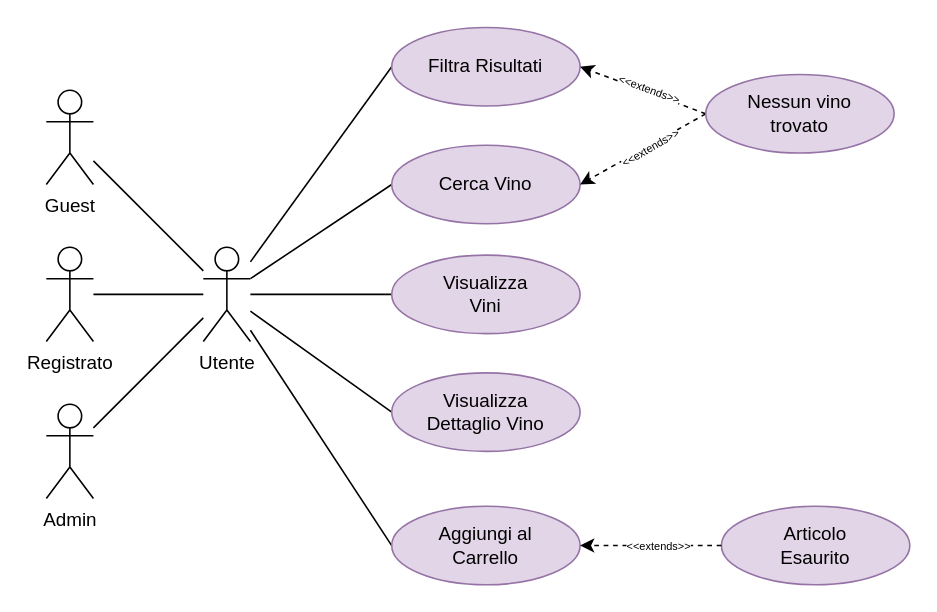
This is page "Catalogo" (2 of 6) of Docs/Requirements Analysis/Diagrams/Use Cases/Winer.drawio from Gprisco/winer-unisa, a draw.io file, before an edit. Source tidied: cells renumbered, new cells numbered last; positions are measured from the earlier drawing's top-left corner, leaving out a move shared by most shapes. Both pictures are drawn from the tidied source at 157%, with x=0, y=0 at pixel (46, 27).
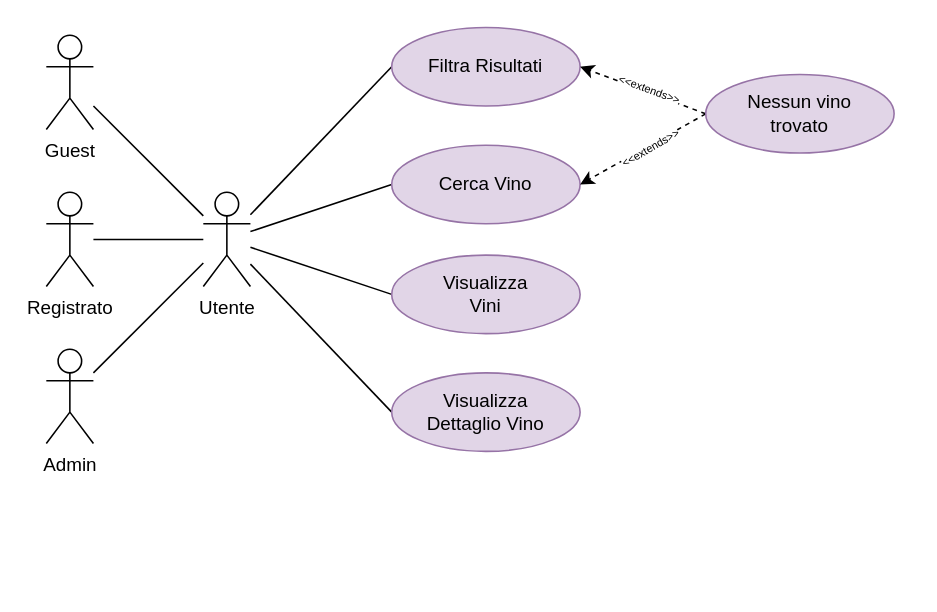
After the change.

The edit, as a diff of the source:
```diff
@@
     <mxCell id="3" value="Guest" style="shape=umlActor;verticalLabelPosition=bottom;verticalAlign=top;html=1;outlineConnect=0;" parent="1" vertex="1">
-      <mxGeometry y="40" width="30" height="60" as="geometry" />
+      <mxGeometry y="5" width="30" height="60" as="geometry" />
     </mxCell>
-    <mxCell id="4" style="edgeStyle=none;rounded=0;jettySize=auto;html=1;entryX=0;entryY=0.5;entryDx=0;entryDy=0;fontSize=7;endArrow=none;endFill=0;" parent="1" edge="1" source="9" target="18">
-      <mxGeometry relative="1" as="geometry" />
-    </mxCell>
@@
     <mxCell id="9" value="Utente" style="shape=umlActor;verticalLabelPosition=bottom;verticalAlign=top;html=1;outlineConnect=0;" parent="1" vertex="1">
-      <mxGeometry x="100" y="140" width="30" height="60" as="geometry" />
+      <mxGeometry x="100" y="105" width="30" height="60" as="geometry" />
     </mxCell>
@@
     <mxCell id="11" value="Admin" style="shape=umlActor;verticalLabelPosition=bottom;verticalAlign=top;html=1;outlineConnect=0;" parent="1" vertex="1">
-      <mxGeometry y="240" width="30" height="60" as="geometry" />
+      <mxGeometry y="205" width="30" height="60" as="geometry" />
     </mxCell>
@@
     <mxCell id="13" value="Registrato" style="shape=umlActor;verticalLabelPosition=bottom;verticalAlign=top;html=1;outlineConnect=0;" parent="1" vertex="1">
-      <mxGeometry y="140" width="30" height="60" as="geometry" />
+      <mxGeometry y="105" width="30" height="60" as="geometry" />
     </mxCell>
@@
-    <mxCell id="18" value="Aggiungi al&lt;br&gt;Carrello" style="ellipse;whiteSpace=wrap;html=1;fillColor=#e1d5e7;strokeColor=#9673a6;" parent="1" vertex="1">
-      <mxGeometry x="220" y="305" width="120" height="50" as="geometry" />
-    </mxCell>
-    <mxCell id="19" value="Articolo&lt;br&gt;Esaurito" style="ellipse;whiteSpace=wrap;html=1;fillColor=#e1d5e7;strokeColor=#9673a6;" parent="1" vertex="1">
-      <mxGeometry x="430" y="305" width="120" height="50" as="geometry" />
-    </mxCell>
-    <mxCell id="20" style="rounded=0;jettySize=auto;html=1;entryX=1;entryY=0.5;entryDx=0;entryDy=0;exitX=0;exitY=0.5;exitDx=0;exitDy=0;dashed=1;" parent="1" edge="1" source="19" target="18">
-      <mxGeometry relative="1" as="geometry" />
-    </mxCell>
-    <mxCell id="21" value="&lt;font style=&quot;font-size: 7px&quot;&gt;&amp;lt;&amp;lt;extends&amp;gt;&amp;gt;&lt;/font&gt;" style="edgeLabel;html=1;align=center;verticalAlign=middle;rotation=0;" parent="20" vertex="1">
-      <mxGeometry x="-0.26" relative="1" as="geometry">
-        <mxPoint x="-8" y="-2" as="offset" />
-      </mxGeometry>
-    </mxCell>
```
